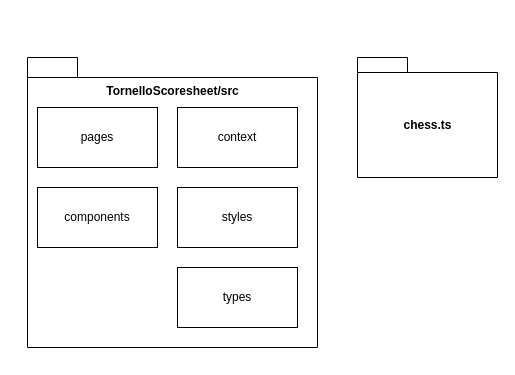
Earlier version of the draw.io diagram page "folder_structure" (1 of 3) of documentation/diagrams/system_design.drawio (chessworld/TorneloScoresheet). Source tidied: cells renumbered, new cells numbered last; positions are measured from the earlier drawing's top-left corner, leaving out a move shared by most shapes. Both pictures are drawn from the tidied source at 100%, with x=0, y=0 at pixel (27, 57).
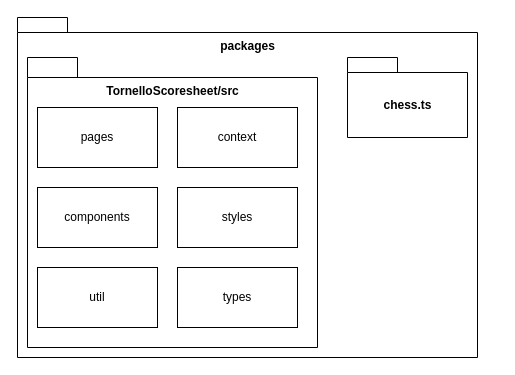
After the change.

Commit message (it also covers changes not shown here):
System Diagram - Added description to model diagram in DesignDocumentation.md

What changed in the source:
```diff
@@
 <mxGraphModel>
   <root>
     <mxCell id="0" />
     <mxCell id="1" parent="0" />
+    <mxCell id="9" value="packages" style="shape=folder;fontStyle=1;tabWidth=50;tabHeight=15;tabPosition=left;html=1;boundedLbl=1;verticalAlign=top;" parent="1" vertex="1">
+      <mxGeometry x="-10" y="-40" width="460" height="340" as="geometry" />
+    </mxCell>
     <mxCell id="2" value="TornelloScoresheet/src" style="shape=folder;fontStyle=1;tabWidth=50;tabHeight=20;tabPosition=left;html=1;boundedLbl=1;verticalAlign=top;" parent="1" vertex="1">
       <mxGeometry width="290" height="290" as="geometry" />
     </mxCell>
     <mxCell id="3" value="chess.ts" style="shape=folder;fontStyle=1;tabWidth=50;tabHeight=15;tabPosition=left;html=1;boundedLbl=1;verticalAlign=middle;" parent="1" vertex="1">
-      <mxGeometry x="330" width="140" height="120" as="geometry" />
+      <mxGeometry x="320" width="120" height="80" as="geometry" />
     </mxCell>
     <mxCell id="4" value="pages" style="rounded=0;whiteSpace=wrap;html=1;" parent="1" vertex="1">
       <mxGeometry x="10" y="50" width="120" height="60" as="geometry" />
     </mxCell>
     <mxCell id="5" value="components" style="rounded=0;whiteSpace=wrap;html=1;" parent="1" vertex="1">
       <mxGeometry x="10" y="130" width="120" height="60" as="geometry" />
     </mxCell>
     <mxCell id="6" value="context" style="rounded=0;whiteSpace=wrap;html=1;" parent="1" vertex="1">
       <mxGeometry x="150" y="50" width="120" height="60" as="geometry" />
     </mxCell>
     <mxCell id="7" value="styles" style="rounded=0;whiteSpace=wrap;html=1;" parent="1" vertex="1">
       <mxGeometry x="150" y="130" width="120" height="60" as="geometry" />
     </mxCell>
     <mxCell id="8" value="types" style="rounded=0;whiteSpace=wrap;html=1;" parent="1" vertex="1">
       <mxGeometry x="150" y="210" width="120" height="60" as="geometry" />
     </mxCell>
+    <mxCell id="10" value="util" style="rounded=0;whiteSpace=wrap;html=1;" parent="1" vertex="1">
+      <mxGeometry x="10" y="210" width="120" height="60" as="geometry" />
+    </mxCell>
   </root>
 </mxGraphModel>
```
